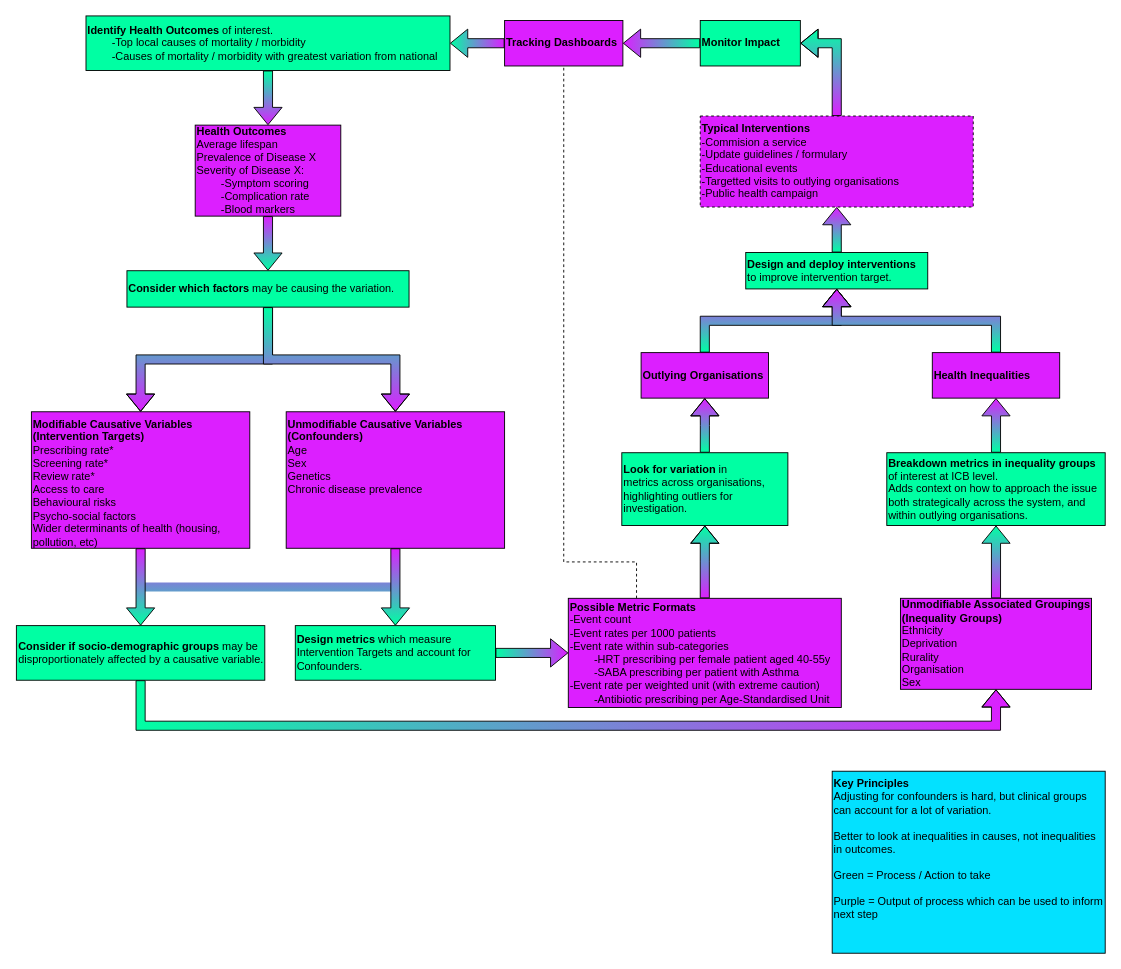
a-d-brown/logic-flows keeps this draw.io diagram as Population Health Pipeline.drawio. Above is the earlier version. Source tidied: cells renumbered, new cells numbered last; positions are measured from the earlier drawing's top-left corner, leaving out a move shared by most shapes. Both pictures are drawn from the tidied source at 91%, with x=0, y=0 at pixel (16, 15).
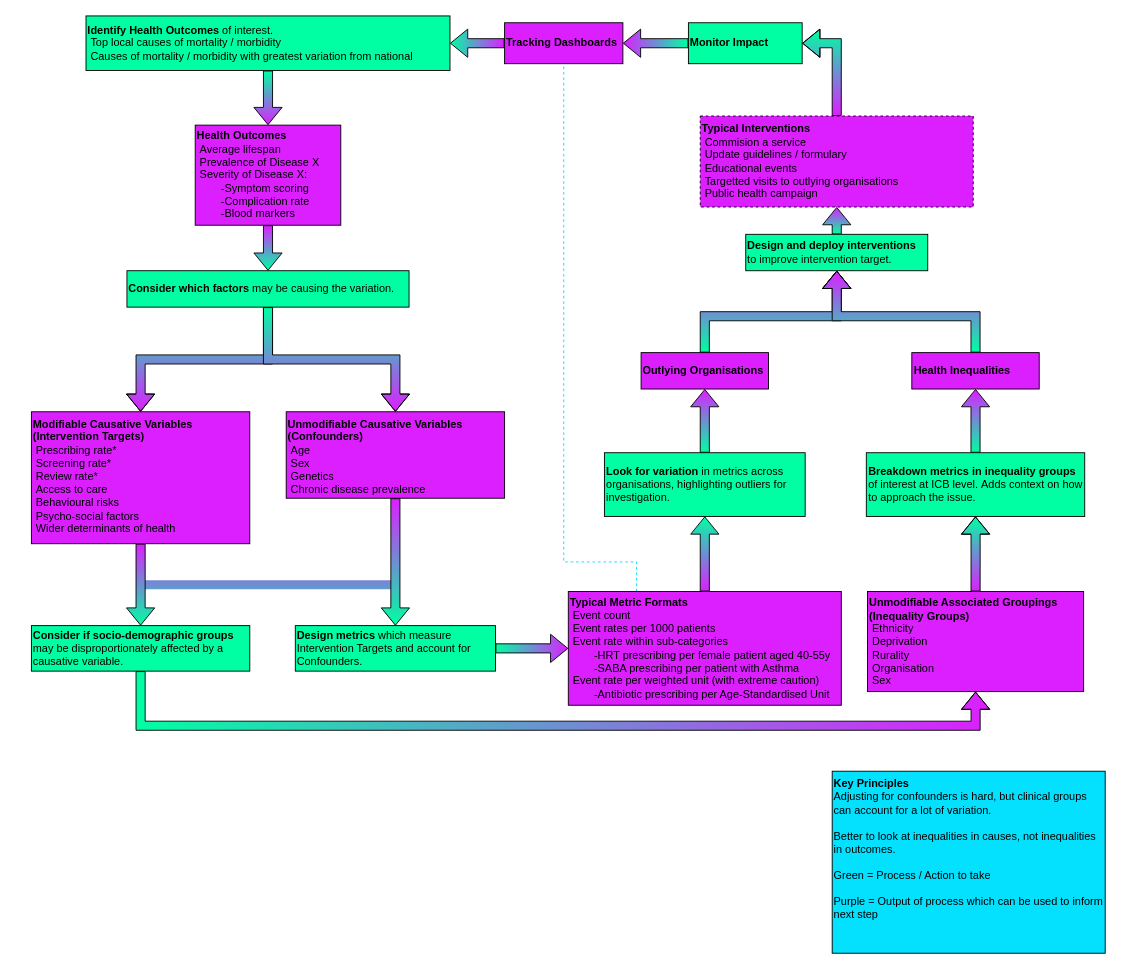
The same page after the edit.

Change to the diagram source:
```diff
@@
-    <mxCell id="2" value="&lt;b&gt;Health Outcomes&lt;/b&gt;&lt;div&gt;Average lifespan&lt;/div&gt;&lt;div&gt;Prevalence of Disease X&lt;/div&gt;&lt;div&gt;Severity of Disease X:&lt;/div&gt;&lt;div&gt;&lt;span style=&quot;white-space: pre;&quot;&gt;&#9;&lt;/span&gt;-Symptom scoring&lt;/div&gt;&lt;div&gt;&lt;span style=&quot;white-space: pre;&quot;&gt;&#9;&lt;/span&gt;-Complication rate&lt;/div&gt;&lt;div&gt;&lt;span style=&quot;white-space: pre;&quot;&gt;&#9;&lt;/span&gt;-Blood markers&lt;/div&gt;" style="rounded=0;whiteSpace=wrap;html=1;align=left;glass=0;fillColor=#DC1FFF;" parent="1" vertex="1">
-      <mxGeometry x="196" y="120" width="160" height="100" as="geometry" />
+    <mxCell id="2" value="&lt;b&gt;Health Outcomes&lt;/b&gt;&lt;div&gt;&amp;nbsp;Average lifespan&lt;/div&gt;&lt;div&gt;&amp;nbsp;Prevalence of Disease X&lt;/div&gt;&lt;div&gt;&amp;nbsp;Severity of Disease X:&lt;/div&gt;&lt;div&gt;&lt;span style=&quot;white-space: pre;&quot;&gt;&#9;&lt;/span&gt;-Symptom scoring&lt;/div&gt;&lt;div&gt;&lt;span style=&quot;white-space: pre;&quot;&gt;&#9;&lt;/span&gt;-Complication rate&lt;/div&gt;&lt;div&gt;&lt;span style=&quot;white-space: pre;&quot;&gt;&#9;&lt;/span&gt;-Blood markers&lt;/div&gt;" style="rounded=0;whiteSpace=wrap;html=1;align=left;glass=0;fillColor=#DC1FFF;" parent="1" vertex="1">
+      <mxGeometry x="196" y="120" width="160" height="110" as="geometry" />
     </mxCell>
@@
-    <mxCell id="4" value="&lt;div&gt;&lt;b&gt;Modifiable Causative Variables (Intervention Targets)&lt;/b&gt;&lt;/div&gt;&lt;div&gt;&lt;span style=&quot;background-color: transparent; color: light-dark(rgb(0, 0, 0), rgb(255, 255, 255));&quot;&gt;Prescribing rate*&lt;/span&gt;&lt;/div&gt;&lt;div&gt;&lt;span style=&quot;background-color: transparent; color: light-dark(rgb(0, 0, 0), rgb(255, 255, 255));&quot;&gt;Screening rate*&lt;/span&gt;&lt;/div&gt;&lt;div&gt;&lt;span style=&quot;background-color: transparent; color: light-dark(rgb(0, 0, 0), rgb(255, 255, 255));&quot;&gt;Review rate*&lt;/span&gt;&lt;/div&gt;&lt;div&gt;&lt;span style=&quot;background-color: transparent; color: light-dark(rgb(0, 0, 0), rgb(255, 255, 255));&quot;&gt;Access to care&lt;/span&gt;&lt;/div&gt;&lt;div&gt;&lt;span style=&quot;background-color: transparent; color: light-dark(rgb(0, 0, 0), rgb(255, 255, 255));&quot;&gt;Behavioural risks&lt;/span&gt;&lt;/div&gt;&lt;div&gt;&lt;span style=&quot;background-color: transparent; color: light-dark(rgb(0, 0, 0), rgb(255, 255, 255));&quot;&gt;Psycho-social factors&lt;/span&gt;&lt;/div&gt;&lt;div&gt;&lt;span style=&quot;background-color: transparent; color: light-dark(rgb(0, 0, 0), rgb(255, 255, 255));&quot;&gt;Wider determinants of health (housing, pollution, etc)&lt;/span&gt;&lt;/div&gt;" style="rounded=0;whiteSpace=wrap;html=1;align=left;verticalAlign=top;glass=0;fillColor=#DC1FFF;" parent="1" vertex="1">
-      <mxGeometry x="16" y="435" width="240" height="150" as="geometry" />
+    <mxCell id="4" value="&lt;div&gt;&lt;b&gt;Modifiable Causative Variables (Intervention Targets)&lt;/b&gt;&lt;/div&gt;&lt;div&gt;&lt;span style=&quot;background-color: transparent; color: light-dark(rgb(0, 0, 0), rgb(255, 255, 255));&quot;&gt;&amp;nbsp;Prescribing rate*&lt;/span&gt;&lt;/div&gt;&lt;div&gt;&lt;span style=&quot;background-color: transparent; color: light-dark(rgb(0, 0, 0), rgb(255, 255, 255));&quot;&gt;&amp;nbsp;Screening rate*&lt;/span&gt;&lt;/div&gt;&lt;div&gt;&lt;span style=&quot;background-color: transparent; color: light-dark(rgb(0, 0, 0), rgb(255, 255, 255));&quot;&gt;&amp;nbsp;Review rate*&lt;/span&gt;&lt;/div&gt;&lt;div&gt;&lt;span style=&quot;background-color: transparent; color: light-dark(rgb(0, 0, 0), rgb(255, 255, 255));&quot;&gt;&amp;nbsp;Access to care&lt;/span&gt;&lt;/div&gt;&lt;div&gt;&lt;span style=&quot;background-color: transparent; color: light-dark(rgb(0, 0, 0), rgb(255, 255, 255));&quot;&gt;&amp;nbsp;Behavioural risks&lt;/span&gt;&lt;/div&gt;&lt;div&gt;&lt;span style=&quot;background-color: transparent; color: light-dark(rgb(0, 0, 0), rgb(255, 255, 255));&quot;&gt;&amp;nbsp;Psycho-social factors&lt;/span&gt;&lt;/div&gt;&lt;div&gt;&lt;span style=&quot;background-color: transparent; color: light-dark(rgb(0, 0, 0), rgb(255, 255, 255));&quot;&gt;&amp;nbsp;Wider determinants of health&lt;/span&gt;&lt;/div&gt;" style="rounded=0;whiteSpace=wrap;html=1;align=left;verticalAlign=top;glass=0;fillColor=#DC1FFF;" parent="1" vertex="1">
+      <mxGeometry x="16" y="435" width="240" height="145" as="geometry" />
     </mxCell>
@@
-    <mxCell id="7" value="&lt;div&gt;&lt;b&gt;Unmodifiable Causative Variables (Confounders)&lt;/b&gt;&lt;/div&gt;&lt;div&gt;Age&lt;/div&gt;&lt;div&gt;Sex&lt;/div&gt;&lt;div&gt;Genetics&lt;/div&gt;&lt;div&gt;Chronic disease prevalence&lt;/div&gt;" style="rounded=0;whiteSpace=wrap;html=1;align=left;verticalAlign=top;glass=0;shadow=0;fillColor=#DC1FFF;" parent="1" vertex="1">
-      <mxGeometry x="296" y="435" width="240" height="150" as="geometry" />
+    <mxCell id="7" value="&lt;div&gt;&lt;b&gt;Unmodifiable Causative Variables (Confounders)&lt;/b&gt;&lt;/div&gt;&lt;div&gt;&amp;nbsp;Age&lt;/div&gt;&lt;div&gt;&amp;nbsp;Sex&lt;/div&gt;&lt;div&gt;&amp;nbsp;Genetics&lt;/div&gt;&lt;div&gt;&amp;nbsp;Chronic disease prevalence&lt;/div&gt;" style="rounded=0;whiteSpace=wrap;html=1;align=left;verticalAlign=top;glass=0;shadow=0;fillColor=#DC1FFF;" parent="1" vertex="1">
+      <mxGeometry x="296" y="435" width="240" height="95" as="geometry" />
     </mxCell>
@@
-    <mxCell id="9" value="&lt;div&gt;&lt;b&gt;Identify Health Outcomes &lt;/b&gt;of interest.&lt;/div&gt;&lt;div&gt;&lt;span style=&quot;white-space: pre;&quot;&gt;&#9;&lt;/span&gt;-Top local causes of mortality / morbidity&lt;br&gt;&lt;/div&gt;&lt;div&gt;&lt;span style=&quot;white-space: pre;&quot;&gt;&#9;&lt;/span&gt;-Causes of mortality / morbidity with greatest variation from national&lt;br&gt;&lt;/div&gt;" style="rounded=0;whiteSpace=wrap;html=1;align=left;glass=0;fillColor=#00FFA3;" parent="1" vertex="1">
+    <mxCell id="9" value="&lt;div&gt;&lt;b&gt;Identify Health Outcomes &lt;/b&gt;of interest.&lt;/div&gt;&lt;div&gt;&lt;span style=&quot;background-color: transparent; color: light-dark(rgb(0, 0, 0), rgb(255, 255, 255));&quot;&gt;&amp;nbsp;Top local causes of mortality / morbidity&lt;/span&gt;&lt;/div&gt;&lt;div&gt;&amp;nbsp;Causes of mortality / morbidity with greatest variation from national&lt;br&gt;&lt;/div&gt;" style="rounded=0;whiteSpace=wrap;html=1;align=left;glass=0;fillColor=#00FFA3;" parent="1" vertex="1">
       <mxGeometry x="76" width="400" height="60" as="geometry" />
     </mxCell>
@@
     <mxCell id="14" value="&lt;div&gt;&lt;b&gt;Design metrics&lt;/b&gt; which measure Intervention Targets and account for Confounders.&amp;nbsp;&lt;/div&gt;" style="rounded=0;whiteSpace=wrap;html=1;align=left;glass=0;fillColor=#00FFA3;" parent="1" vertex="1">
-      <mxGeometry x="306" y="670" width="220" height="60" as="geometry" />
+      <mxGeometry x="306" y="670" width="220" height="50" as="geometry" />
     </mxCell>
@@
-    <mxCell id="16" value="&lt;div&gt;&lt;span style=&quot;background-color: transparent; color: light-dark(rgb(0, 0, 0), rgb(255, 255, 255));&quot;&gt;&lt;b&gt;Breakdown metrics in inequality&amp;nbsp;&lt;/b&gt;&lt;b&gt;groups &lt;/b&gt;of interest&amp;nbsp;at ICB level.&lt;/span&gt;&lt;/div&gt;&lt;div&gt;&lt;span style=&quot;color: light-dark(rgb(0, 0, 0), rgb(255, 255, 255)); background-color: transparent;&quot;&gt;Adds context on how to approach the issue both strategically across the system, and within outlying organisations.&amp;nbsp;&lt;/span&gt;&lt;b&gt;&lt;/b&gt;&lt;/div&gt;" style="rounded=0;whiteSpace=wrap;html=1;align=left;glass=0;fillColor=#00FFA3;" parent="1" vertex="1">
-      <mxGeometry x="956" y="480" width="240" height="80" as="geometry" />
+    <mxCell id="16" value="&lt;div&gt;&lt;span style=&quot;background-color: transparent; color: light-dark(rgb(0, 0, 0), rgb(255, 255, 255));&quot;&gt;&lt;b&gt;Breakdown metrics in inequality&amp;nbsp;&lt;/b&gt;&lt;b&gt;groups &lt;/b&gt;of interest&amp;nbsp;at ICB level.&amp;nbsp;&lt;/span&gt;&lt;span style=&quot;background-color: transparent; color: light-dark(rgb(0, 0, 0), rgb(255, 255, 255));&quot;&gt;Adds context on how to approach the issue.&lt;/span&gt;&lt;/div&gt;" style="rounded=0;whiteSpace=wrap;html=1;align=left;glass=0;fillColor=#00FFA3;" parent="1" vertex="1">
+      <mxGeometry x="933.5" y="480" width="240" height="70" as="geometry" />
     </mxCell>
@@
     <mxCell id="19" style="edgeStyle=orthogonalEdgeStyle;shape=flexArrow;rounded=0;jettySize=auto;html=1;exitX=0.5;exitY=1;exitDx=0;exitDy=0;entryX=0.5;entryY=1;entryDx=0;entryDy=0;strokeColor=default;align=center;verticalAlign=middle;fontFamily=Helvetica;fontSize=11;fontColor=default;labelBackgroundColor=default;endArrow=classic;fillColor=#00FFA3;gradientColor=#DC1FFF;gradientDirection=east;" parent="1" edge="1" source="20" target="36">
       <mxGeometry relative="1" as="geometry">
         <Array as="points">
           <mxPoint x="136" y="780" />
-          <mxPoint x="1076" y="780" />
+          <mxPoint x="1054" y="780" />
         </Array>
       </mxGeometry>
     </mxCell>
     <mxCell id="20" value="&lt;b&gt;Consider if socio-demographic groups &lt;/b&gt;may be disproportionately affected by a causative variable." style="rounded=0;whiteSpace=wrap;html=1;align=left;glass=0;fillColor=#00FFA3;" parent="1" vertex="1">
-      <mxGeometry x="-0.5" y="670" width="273" height="60" as="geometry" />
+      <mxGeometry x="16" y="670" width="240" height="50" as="geometry" />
     </mxCell>
@@
     <mxCell id="22" value="&lt;div&gt;&lt;span style=&quot;background-color: transparent; color: light-dark(rgb(0, 0, 0), rgb(255, 255, 255));&quot;&gt;&lt;b&gt;Look for variation&amp;nbsp;&lt;/b&gt;&lt;/span&gt;&lt;span style=&quot;background-color: transparent; color: light-dark(rgb(0, 0, 0), rgb(255, 255, 255));&quot;&gt;in metrics&lt;/span&gt;&lt;span style=&quot;background-color: transparent; color: light-dark(rgb(0, 0, 0), rgb(255, 255, 255));&quot;&gt;&amp;nbsp;across organisations, highlighting outliers for investigation.&lt;/span&gt;&lt;/div&gt;" style="rounded=0;whiteSpace=wrap;html=1;align=left;glass=0;fillColor=#00FFA3;" parent="1" vertex="1">
-      <mxGeometry x="664.8" y="480" width="182.5" height="80" as="geometry" />
+      <mxGeometry x="645.7" y="480" width="220.6" height="70" as="geometry" />
     </mxCell>
@@
     <mxCell id="24" value="&lt;div&gt;&lt;span style=&quot;background-color: transparent; color: light-dark(rgb(0, 0, 0), rgb(255, 255, 255));&quot;&gt;&lt;b&gt;Design and deploy interventions &lt;/b&gt;to improve intervention target.&lt;/span&gt;&lt;/div&gt;" style="rounded=0;whiteSpace=wrap;html=1;align=left;glass=0;fillColor=#00FFA3;" parent="1" vertex="1">
-      <mxGeometry x="801" y="260" width="200" height="40" as="geometry" />
+      <mxGeometry x="801" y="240" width="200" height="40" as="geometry" />
     </mxCell>
@@
-    <mxCell id="26" value="&lt;div&gt;&lt;span style=&quot;background-color: transparent; color: light-dark(rgb(0, 0, 0), rgb(255, 255, 255));&quot;&gt;&lt;b&gt;Typical Interventions&lt;/b&gt;&lt;/span&gt;&lt;/div&gt;&lt;div&gt;&lt;span style=&quot;background-color: transparent; color: light-dark(rgb(0, 0, 0), rgb(255, 255, 255));&quot;&gt;-Commision a service&lt;/span&gt;&lt;/div&gt;&lt;div&gt;-Update guidelines / formulary&lt;/div&gt;&lt;div&gt;-Educational events&lt;/div&gt;&lt;div&gt;&lt;span style=&quot;background-color: transparent; color: light-dark(rgb(0, 0, 0), rgb(255, 255, 255));&quot;&gt;-Targetted visits to outlying organisations&lt;/span&gt;&lt;/div&gt;&lt;div&gt;&lt;div&gt;-Public health campaign&lt;/div&gt;&lt;/div&gt;" style="rounded=0;whiteSpace=wrap;html=1;align=left;glass=0;fillColor=#DC1FFF;dashed=1;" parent="1" vertex="1">
+    <mxCell id="26" value="&lt;div&gt;&lt;span style=&quot;background-color: transparent; color: light-dark(rgb(0, 0, 0), rgb(255, 255, 255));&quot;&gt;&lt;b&gt;Typical Interventions&lt;/b&gt;&lt;/span&gt;&lt;/div&gt;&lt;div&gt;&lt;span style=&quot;background-color: transparent; color: light-dark(rgb(0, 0, 0), rgb(255, 255, 255));&quot;&gt;&amp;nbsp;Commision a service&lt;/span&gt;&lt;/div&gt;&lt;div&gt;&amp;nbsp;Update guidelines / formulary&lt;/div&gt;&lt;div&gt;&amp;nbsp;Educational events&lt;/div&gt;&lt;div&gt;&lt;span style=&quot;background-color: transparent; color: light-dark(rgb(0, 0, 0), rgb(255, 255, 255));&quot;&gt;&amp;nbsp;Targetted visits to outlying organisations&lt;/span&gt;&lt;/div&gt;&lt;div&gt;&lt;div&gt;&amp;nbsp;Public health campaign&lt;/div&gt;&lt;/div&gt;" style="rounded=0;whiteSpace=wrap;html=1;align=left;glass=0;fillColor=#DC1FFF;dashed=1;" parent="1" vertex="1">
       <mxGeometry x="751" y="110" width="300" height="100" as="geometry" />
     </mxCell>
@@
     <mxCell id="28" value="&lt;div&gt;&lt;b&gt;Monitor Impact&lt;/b&gt;&lt;span style=&quot;background-color: transparent; color: light-dark(rgb(0, 0, 0), rgb(255, 255, 255)); white-space: pre;&quot;&gt;&#9;&lt;/span&gt;&lt;/div&gt;" style="rounded=0;whiteSpace=wrap;html=1;align=left;glass=0;fillColor=#00FFA3;" parent="1" vertex="1">
-      <mxGeometry x="751" y="5" width="110" height="50" as="geometry" />
+      <mxGeometry x="738" y="7.5" width="125" height="45" as="geometry" />
     </mxCell>
     <mxCell id="29" style="edgeStyle=orthogonalEdgeStyle;shape=flexArrow;rounded=0;jettySize=auto;html=1;exitX=0.5;exitY=0;exitDx=0;exitDy=0;entryX=0.5;entryY=1;entryDx=0;entryDy=0;strokeColor=default;align=center;verticalAlign=middle;fontFamily=Helvetica;fontSize=11;fontColor=default;labelBackgroundColor=default;endArrow=classic;fillColor=#DC1FFF;gradientColor=#00FFA3;" parent="1" edge="1" source="30" target="24">
-      <mxGeometry relative="1" as="geometry" />
+      <mxGeometry relative="1" as="geometry">
+        <Array as="points">
+          <mxPoint x="756" y="330" />
+          <mxPoint x="901" y="330" />
+        </Array>
+      </mxGeometry>
     </mxCell>
     <mxCell id="30" value="&lt;div&gt;&lt;b&gt;Outlying Organisations&lt;/b&gt;&lt;/div&gt;" style="rounded=0;whiteSpace=wrap;html=1;align=left;glass=0;fillColor=#DC1FFF;" parent="1" vertex="1">
-      <mxGeometry x="686" y="370" width="140" height="50" as="geometry" />
+      <mxGeometry x="686" y="370" width="140" height="40" as="geometry" />
     </mxCell>
     <mxCell id="31" style="edgeStyle=orthogonalEdgeStyle;shape=flexArrow;rounded=0;jettySize=auto;html=1;exitX=0.5;exitY=0;exitDx=0;exitDy=0;strokeColor=default;align=center;verticalAlign=middle;fontFamily=Helvetica;fontSize=11;fontColor=default;labelBackgroundColor=default;endArrow=classic;fillColor=#DC1FFF;gradientColor=#00FFA3;" parent="1" edge="1" source="32" target="24">
-      <mxGeometry relative="1" as="geometry" />
+      <mxGeometry relative="1" as="geometry">
+        <Array as="points">
+          <mxPoint x="1054" y="330" />
+          <mxPoint x="901" y="330" />
+        </Array>
+      </mxGeometry>
     </mxCell>
     <mxCell id="32" value="&lt;b&gt;Health Inequalities&lt;/b&gt;" style="rounded=0;whiteSpace=wrap;html=1;align=left;glass=0;fillColor=#DC1FFF;" parent="1" vertex="1">
-      <mxGeometry x="1006" y="370" width="140" height="50" as="geometry" />
+      <mxGeometry x="983.5" y="370" width="140" height="40" as="geometry" />
     </mxCell>
@@
     <mxCell id="34" value="&lt;span style=&quot;background-color: transparent; color: light-dark(rgb(0, 0, 0), rgb(255, 255, 255));&quot;&gt;&lt;b&gt;Tracking Dashboards&lt;/b&gt;&lt;br&gt;&lt;/span&gt;" style="rounded=0;whiteSpace=wrap;html=1;align=left;glass=0;fillColor=#DC1FFF;" parent="1" vertex="1">
-      <mxGeometry x="536" y="5" width="130" height="50" as="geometry" />
+      <mxGeometry x="536" y="7.5" width="130" height="45" as="geometry" />
     </mxCell>
@@
-    <mxCell id="36" value="&lt;div&gt;&lt;b&gt;Unmodifiable Associated Groupings (Inequality Groups)&lt;/b&gt;&lt;/div&gt;&lt;div&gt;Ethnicity&lt;/div&gt;&lt;div&gt;Deprivation&lt;/div&gt;&lt;div&gt;&lt;span style=&quot;background-color: transparent; color: light-dark(rgb(0, 0, 0), rgb(255, 255, 255));&quot;&gt;Rurality&lt;/span&gt;&lt;/div&gt;&lt;div&gt;Organisation&lt;/div&gt;&lt;div&gt;Sex&lt;/div&gt;" style="rounded=0;whiteSpace=wrap;html=1;align=left;glass=0;fillColor=#DC1FFF;" parent="1" vertex="1">
-      <mxGeometry x="971" y="640" width="210" height="100" as="geometry" />
+    <mxCell id="36" value="&lt;div&gt;&lt;b&gt;Unmodifiable Associated Groupings (Inequality Groups)&lt;/b&gt;&lt;/div&gt;&lt;div&gt;&amp;nbsp;Ethnicity&lt;/div&gt;&lt;div&gt;&amp;nbsp;Deprivation&lt;/div&gt;&lt;div&gt;&lt;span style=&quot;background-color: transparent; color: light-dark(rgb(0, 0, 0), rgb(255, 255, 255));&quot;&gt;&amp;nbsp;Rurality&lt;/span&gt;&lt;/div&gt;&lt;div&gt;&amp;nbsp;Organisation&lt;/div&gt;&lt;div&gt;&amp;nbsp;Sex&lt;/div&gt;" style="rounded=0;whiteSpace=wrap;html=1;align=left;glass=0;fillColor=#DC1FFF;" parent="1" vertex="1">
+      <mxGeometry x="934.8" y="632.5" width="237.5" height="110" as="geometry" />
     </mxCell>
@@
-    <mxCell id="38" style="edgeStyle=orthogonalEdgeStyle;rounded=0;jettySize=auto;html=1;exitX=0.25;exitY=0;exitDx=0;exitDy=0;entryX=0.5;entryY=1;entryDx=0;entryDy=0;strokeColor=default;align=center;verticalAlign=middle;fontFamily=Helvetica;fontSize=11;fontColor=default;labelBackgroundColor=default;endArrow=none;fillColor=#DC1FFF;gradientColor=#00FFA3;dashed=1;endFill=0;" parent="1" edge="1" source="39" target="34">
+    <mxCell id="38" style="edgeStyle=orthogonalEdgeStyle;rounded=0;jettySize=auto;html=1;exitX=0.25;exitY=0;exitDx=0;exitDy=0;entryX=0.5;entryY=1;entryDx=0;entryDy=0;strokeColor=light-dark(#03E1FF,#EDEDED);align=center;verticalAlign=middle;fontFamily=Helvetica;fontSize=11;fontColor=default;labelBackgroundColor=default;endArrow=none;fillColor=#DC1FFF;gradientColor=#00FFA3;dashed=1;endFill=0;" parent="1" edge="1" source="39" target="34">
       <mxGeometry relative="1" as="geometry">
         <Array as="points">
           <mxPoint x="681" y="600" />
           <mxPoint x="601" y="600" />
         </Array>
       </mxGeometry>
     </mxCell>
-    <mxCell id="39" value="&lt;div&gt;&lt;span style=&quot;background-color: transparent; color: light-dark(rgb(0, 0, 0), rgb(255, 255, 255));&quot;&gt;&lt;b&gt;Possible Metric Formats&lt;/b&gt;&lt;/span&gt;&lt;/div&gt;&lt;div&gt;-Event count&lt;/div&gt;&lt;div&gt;-Event rates per 1000 patients&lt;/div&gt;&lt;div&gt;&lt;span style=&quot;background-color: transparent; color: light-dark(rgb(0, 0, 0), rgb(255, 255, 255));&quot;&gt;-&lt;/span&gt;&lt;span style=&quot;background-color: transparent; color: light-dark(rgb(0, 0, 0), rgb(255, 255, 255));&quot;&gt;Event rate within sub-categories&lt;/span&gt;&lt;/div&gt;&lt;div&gt;&lt;span style=&quot;background-color: transparent; color: light-dark(rgb(0, 0, 0), rgb(255, 255, 255));&quot;&gt;&lt;span style=&quot;white-space: pre;&quot;&gt;&#9;&lt;/span&gt;-HRT prescribing per female patient aged 40-55y&lt;/span&gt;&lt;/div&gt;&lt;div&gt;&lt;span style=&quot;background-color: transparent; color: light-dark(rgb(0, 0, 0), rgb(255, 255, 255));&quot;&gt;&lt;span style=&quot;white-space: pre;&quot;&gt;&#9;&lt;/span&gt;-SABA prescribing per patient with Asthma&lt;br&gt;&lt;/span&gt;&lt;/div&gt;&lt;div&gt;&lt;div&gt;&lt;span style=&quot;background-color: transparent; color: light-dark(rgb(0, 0, 0), rgb(255, 255, 255));&quot;&gt;-Event rate per weighted unit (&lt;/span&gt;&lt;span style=&quot;background-color: transparent; color: light-dark(rgb(0, 0, 0), rgb(255, 255, 255));&quot;&gt;with extreme caution)&lt;/span&gt;&lt;/div&gt;&lt;div&gt;&lt;span style=&quot;background-color: transparent; color: light-dark(rgb(0, 0, 0), rgb(255, 255, 255));&quot;&gt;&lt;span style=&quot;white-space: pre;&quot;&gt;&#9;&lt;/span&gt;-Antibiotic prescribing per Age-Standardised Unit&lt;/span&gt;&lt;/div&gt;&lt;/div&gt;" style="rounded=0;whiteSpace=wrap;html=1;align=left;glass=0;fillColor=#DC1FFF;" parent="1" vertex="1">
-      <mxGeometry x="606" y="640" width="300" height="120" as="geometry" />
+    <mxCell id="39" value="&lt;div&gt;&lt;span style=&quot;background-color: transparent; color: light-dark(rgb(0, 0, 0), rgb(255, 255, 255));&quot;&gt;&lt;b&gt;Typical Metric Formats&lt;/b&gt;&lt;/span&gt;&lt;/div&gt;&lt;div&gt;&amp;nbsp;Event count&lt;/div&gt;&lt;div&gt;&amp;nbsp;Event rates per 1000 patients&lt;/div&gt;&lt;div&gt;&lt;span style=&quot;background-color: transparent; color: light-dark(rgb(0, 0, 0), rgb(255, 255, 255));&quot;&gt;&amp;nbsp;Event rate within sub-categories&lt;/span&gt;&lt;/div&gt;&lt;div&gt;&lt;span style=&quot;background-color: transparent; color: light-dark(rgb(0, 0, 0), rgb(255, 255, 255));&quot;&gt;&lt;span style=&quot;white-space: pre;&quot;&gt;&#9;&lt;/span&gt;-HRT prescribing per female patient aged 40-55y&lt;/span&gt;&lt;/div&gt;&lt;div&gt;&lt;span style=&quot;background-color: transparent; color: light-dark(rgb(0, 0, 0), rgb(255, 255, 255));&quot;&gt;&lt;span style=&quot;white-space: pre;&quot;&gt;&#9;&lt;/span&gt;-SABA prescribing per patient with Asthma&lt;br&gt;&lt;/span&gt;&lt;/div&gt;&lt;div&gt;&lt;div&gt;&lt;span style=&quot;background-color: transparent; color: light-dark(rgb(0, 0, 0), rgb(255, 255, 255));&quot;&gt;&amp;nbsp;Event rate per weighted unit (&lt;/span&gt;&lt;span style=&quot;background-color: transparent; color: light-dark(rgb(0, 0, 0), rgb(255, 255, 255));&quot;&gt;with extreme caution)&lt;/span&gt;&lt;/div&gt;&lt;div&gt;&lt;span style=&quot;background-color: transparent; color: light-dark(rgb(0, 0, 0), rgb(255, 255, 255));&quot;&gt;&lt;span style=&quot;white-space: pre;&quot;&gt;&#9;&lt;/span&gt;-Antibiotic prescribing per Age-Standardised Unit&lt;/span&gt;&lt;/div&gt;&lt;/div&gt;" style="rounded=0;whiteSpace=wrap;html=1;align=left;glass=0;fillColor=#DC1FFF;" parent="1" vertex="1">
+      <mxGeometry x="606" y="632.5" width="300" height="125" as="geometry" />
     </mxCell>
```
